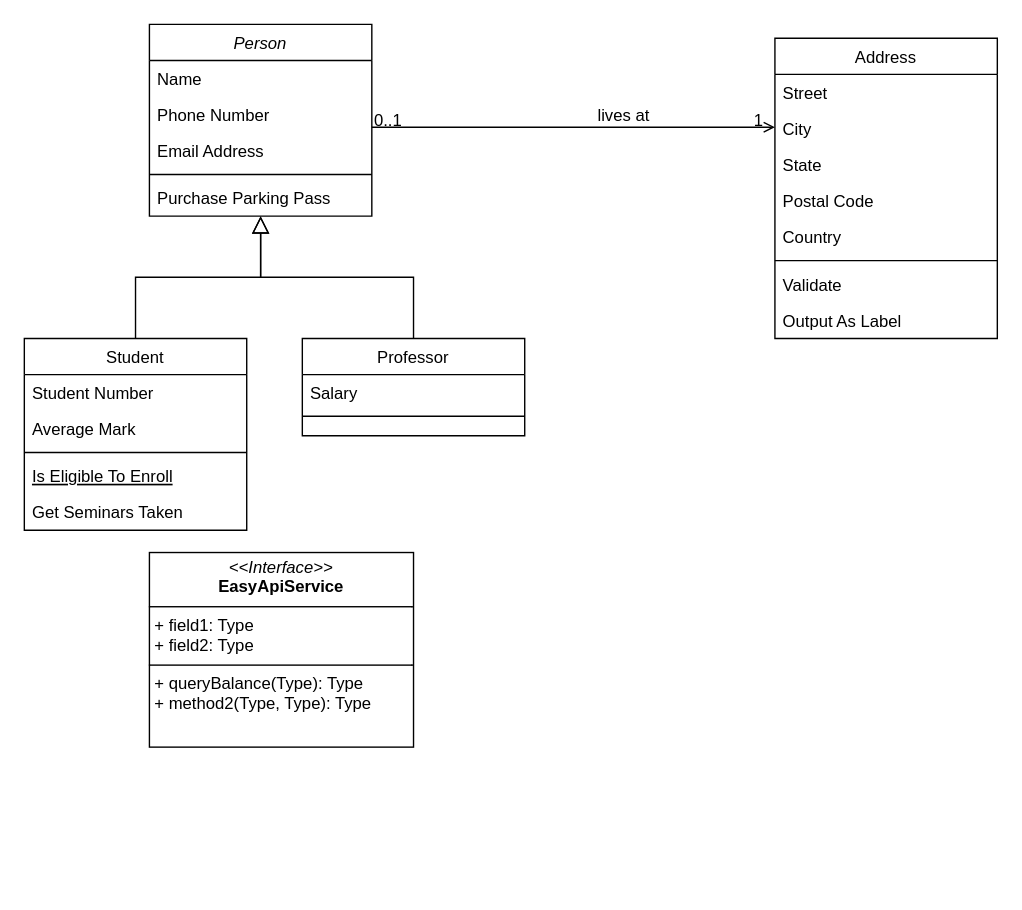
Above: UML/第三方接口设计.drawio in whjysh/easyok_design (draw.io), before the change. Source tidied: cells renumbered, new cells numbered last; positions are measured from the earlier drawing's top-left corner, leaving out a move shared by most shapes. Both pictures are drawn from the tidied source at 139%, with x=0, y=0 at pixel (24, 24).
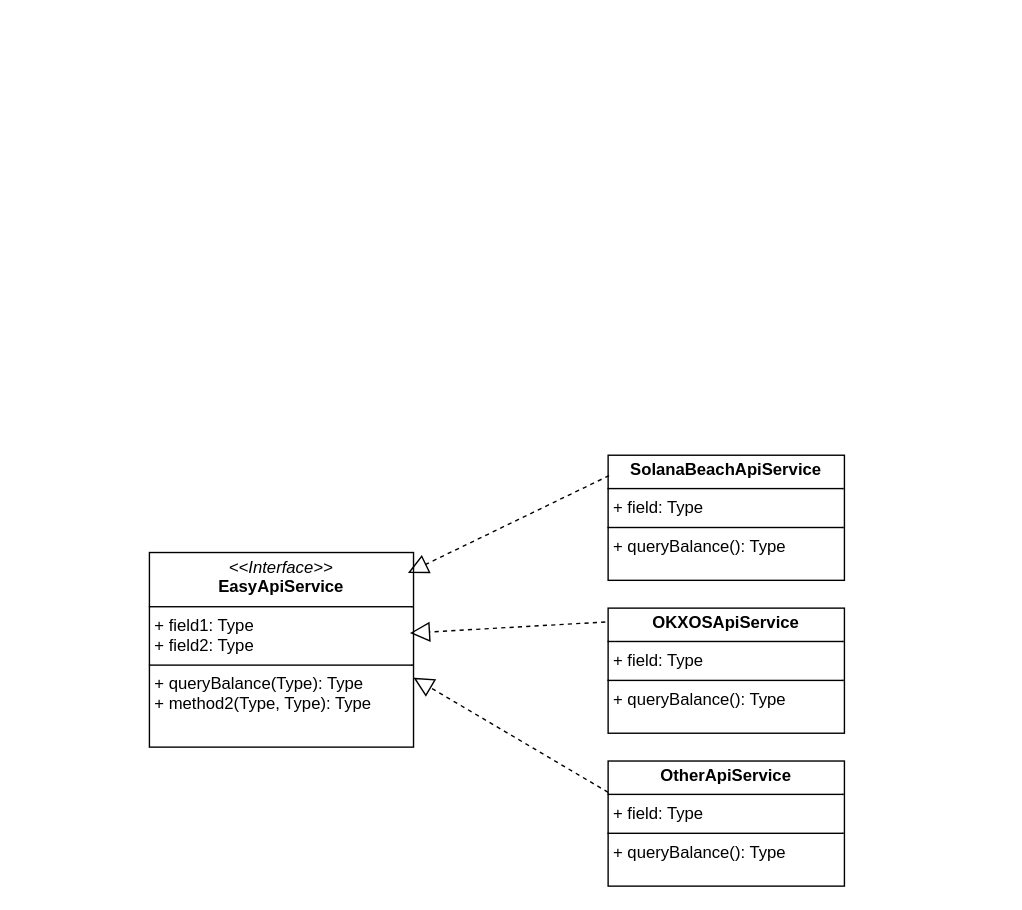
After the change.

Commit message (it also covers changes not shown here):
更新第三方接口设计.drawio

Unchanged cells that the change refers to:
```xml
<mxCell id="32" value="&lt;p style=&quot;margin:0px;margin-top:4px;text-align:center;&quot;&gt;&lt;i&gt;&amp;lt;&amp;lt;Interface&amp;gt;&amp;gt;&lt;/i&gt;&lt;br&gt;&lt;b&gt;EasyApiService&lt;/b&gt;&lt;/p&gt;&lt;hr size=&quot;1&quot; style=&quot;border-style:solid;&quot;&gt;&lt;p style=&quot;margin:0px;margin-left:4px;&quot;&gt;+ field1: Type&lt;br&gt;+ field2: Type&lt;/p&gt;&lt;hr size=&quot;1&quot; style=&quot;border-style:solid;&quot;&gt;&lt;p style=&quot;margin:0px;margin-left:4px;&quot;&gt;+ queryBalance(Type): Type&lt;br&gt;+ method2(Type, Type): Type&lt;/p&gt;" style="verticalAlign=top;align=left;overflow=fill;html=1;whiteSpace=wrap;" parent="1" vertex="1">
  <mxGeometry x="90" y="380" width="190" height="140" as="geometry" />
</mxCell>
```

Change to the diagram source:
```diff
@@
-    <mxCell id="2" value="Person" style="swimlane;fontStyle=2;align=center;verticalAlign=top;horizontal=1;startSize=26;rounded=0;shadow=0;strokeWidth=1;" parent="1" vertex="1">
-      <mxGeometry x="90" width="160" height="138" as="geometry" />
-    </mxCell>
-    <mxCell id="3" value="Name" style="text;align=left;verticalAlign=top;spacingLeft=4;spacingRight=4;overflow=hidden;" parent="2" vertex="1">
-      <mxGeometry y="26" width="160" height="26" as="geometry" />
-    </mxCell>
-    <mxCell id="4" value="Phone Number" style="text;align=left;verticalAlign=top;spacingLeft=4;spacingRight=4;overflow=hidden;rounded=0;shadow=0;html=0;" parent="2" vertex="1">
-      <mxGeometry y="52" width="160" height="26" as="geometry" />
-    </mxCell>
-    <mxCell id="5" value="Email Address" style="text;align=left;verticalAlign=top;spacingLeft=4;spacingRight=4;overflow=hidden;rounded=0;shadow=0;html=0;" parent="2" vertex="1">
-      <mxGeometry y="78" width="160" height="26" as="geometry" />
-    </mxCell>
-    <mxCell id="6" style="line;html=1;strokeWidth=1;align=left;verticalAlign=middle;spacingTop=-1;spacingLeft=3;spacingRight=3;labelPosition=right;" parent="2" vertex="1">
-      <mxGeometry y="104" width="160" height="8" as="geometry" />
-    </mxCell>
-    <mxCell id="7" value="Purchase Parking Pass" style="text;align=left;verticalAlign=top;spacingLeft=4;spacingRight=4;overflow=hidden;" parent="2" vertex="1">
-      <mxGeometry y="112" width="160" height="26" as="geometry" />
-    </mxCell>
-    <mxCell id="8" value="Student" style="swimlane;fontStyle=0;align=center;verticalAlign=top;horizontal=1;startSize=26;rounded=0;shadow=0;strokeWidth=1;" parent="1" vertex="1">
-      <mxGeometry y="226" width="160" height="138" as="geometry" />
-    </mxCell>
-    <mxCell id="9" value="Student Number" style="text;align=left;verticalAlign=top;spacingLeft=4;spacingRight=4;overflow=hidden;" parent="8" vertex="1">
-      <mxGeometry y="26" width="160" height="26" as="geometry" />
-    </mxCell>
-    <mxCell id="10" value="Average Mark" style="text;align=left;verticalAlign=top;spacingLeft=4;spacingRight=4;overflow=hidden;rounded=0;shadow=0;html=0;" parent="8" vertex="1">
-      <mxGeometry y="52" width="160" height="26" as="geometry" />
-    </mxCell>
-    <mxCell id="11" style="line;html=1;strokeWidth=1;align=left;verticalAlign=middle;spacingTop=-1;spacingLeft=3;spacingRight=3;labelPosition=right;" parent="8" vertex="1">
-      <mxGeometry y="78" width="160" height="8" as="geometry" />
-    </mxCell>
-    <mxCell id="12" value="Is Eligible To Enroll" style="text;align=left;verticalAlign=top;spacingLeft=4;spacingRight=4;overflow=hidden;fontStyle=4;" parent="8" vertex="1">
-      <mxGeometry y="86" width="160" height="26" as="geometry" />
-    </mxCell>
-    <mxCell id="13" value="Get Seminars Taken" style="text;align=left;verticalAlign=top;spacingLeft=4;spacingRight=4;overflow=hidden;" parent="8" vertex="1">
-      <mxGeometry y="112" width="160" height="26" as="geometry" />
-    </mxCell>
-    <mxCell id="14" style="endArrow=block;endSize=10;endFill=0;shadow=0;strokeWidth=1;rounded=0;curved=0;edgeStyle=elbowEdgeStyle;elbow=vertical;" parent="1" edge="1" source="8" target="2">
-      <mxGeometry relative="1" as="geometry" />
-    </mxCell>
-    <mxCell id="15" value="Professor" style="swimlane;fontStyle=0;align=center;verticalAlign=top;horizontal=1;startSize=26;rounded=0;shadow=0;strokeWidth=1;" parent="1" vertex="1">
-      <mxGeometry x="200" y="226" width="160" height="70" as="geometry" />
-    </mxCell>
-    <mxCell id="16" value="Salary" style="text;align=left;verticalAlign=top;spacingLeft=4;spacingRight=4;overflow=hidden;" parent="15" vertex="1">
-      <mxGeometry y="26" width="160" height="26" as="geometry" />
-    </mxCell>
-    <mxCell id="17" style="line;html=1;strokeWidth=1;align=left;verticalAlign=middle;spacingTop=-1;spacingLeft=3;spacingRight=3;labelPosition=right;" parent="15" vertex="1">
-      <mxGeometry y="52" width="160" height="8" as="geometry" />
-    </mxCell>
-    <mxCell id="18" style="endArrow=block;endSize=10;endFill=0;shadow=0;strokeWidth=1;rounded=0;curved=0;edgeStyle=elbowEdgeStyle;elbow=vertical;" parent="1" edge="1" source="15" target="2">
-      <mxGeometry relative="1" as="geometry" />
-    </mxCell>
-    <mxCell id="19" value="Address" style="swimlane;fontStyle=0;align=center;verticalAlign=top;horizontal=1;startSize=26;rounded=0;shadow=0;strokeWidth=1;" parent="1" vertex="1">
-      <mxGeometry x="540" y="10" width="160" height="216" as="geometry" />
-    </mxCell>
-    <mxCell id="20" value="Street" style="text;align=left;verticalAlign=top;spacingLeft=4;spacingRight=4;overflow=hidden;" parent="19" vertex="1">
-      <mxGeometry y="26" width="160" height="26" as="geometry" />
-    </mxCell>
-    <mxCell id="21" value="City" style="text;align=left;verticalAlign=top;spacingLeft=4;spacingRight=4;overflow=hidden;rounded=0;shadow=0;html=0;" parent="19" vertex="1">
-      <mxGeometry y="52" width="160" height="26" as="geometry" />
-    </mxCell>
-    <mxCell id="22" value="State" style="text;align=left;verticalAlign=top;spacingLeft=4;spacingRight=4;overflow=hidden;rounded=0;shadow=0;html=0;" parent="19" vertex="1">
-      <mxGeometry y="78" width="160" height="26" as="geometry" />
-    </mxCell>
-    <mxCell id="23" value="Postal Code" style="text;align=left;verticalAlign=top;spacingLeft=4;spacingRight=4;overflow=hidden;rounded=0;shadow=0;html=0;" parent="19" vertex="1">
-      <mxGeometry y="104" width="160" height="26" as="geometry" />
-    </mxCell>
-    <mxCell id="24" value="Country" style="text;align=left;verticalAlign=top;spacingLeft=4;spacingRight=4;overflow=hidden;rounded=0;shadow=0;html=0;" parent="19" vertex="1">
-      <mxGeometry y="130" width="160" height="26" as="geometry" />
-    </mxCell>
-    <mxCell id="25" style="line;html=1;strokeWidth=1;align=left;verticalAlign=middle;spacingTop=-1;spacingLeft=3;spacingRight=3;labelPosition=right;" parent="19" vertex="1">
-      <mxGeometry y="156" width="160" height="8" as="geometry" />
-    </mxCell>
-    <mxCell id="26" value="Validate" style="text;align=left;verticalAlign=top;spacingLeft=4;spacingRight=4;overflow=hidden;" parent="19" vertex="1">
-      <mxGeometry y="164" width="160" height="26" as="geometry" />
-    </mxCell>
-    <mxCell id="27" value="Output As Label" style="text;align=left;verticalAlign=top;spacingLeft=4;spacingRight=4;overflow=hidden;" parent="19" vertex="1">
-      <mxGeometry y="190" width="160" height="26" as="geometry" />
-    </mxCell>
-    <mxCell id="28" style="endArrow=open;shadow=0;strokeWidth=1;rounded=0;curved=0;endFill=1;edgeStyle=elbowEdgeStyle;elbow=vertical;" parent="1" edge="1" source="2" target="19">
-      <mxGeometry x="0.5" y="41" relative="1" as="geometry">
-        <mxPoint x="-40" y="32" as="offset" />
-      </mxGeometry>
-    </mxCell>
-    <mxCell id="29" value="0..1" style="align=left;verticalAlign=bottom;labelBackgroundColor=none;fontSize=12;" parent="28" vertex="1">
-      <mxGeometry x="-1" relative="1" as="geometry">
-        <mxPoint y="4" as="offset" />
-      </mxGeometry>
-    </mxCell>
-    <mxCell id="30" value="1" style="align=right;verticalAlign=bottom;labelBackgroundColor=none;fontSize=12;" parent="28" vertex="1">
-      <mxGeometry x="1" relative="1" as="geometry">
-        <mxPoint x="-7" y="4" as="offset" />
-      </mxGeometry>
-    </mxCell>
-    <mxCell id="31" value="lives at" style="text;html=1;align=center;verticalAlign=middle;labelBackgroundColor=none;rounded=0;shadow=0;strokeWidth=1;fontSize=12;" parent="28" vertex="1">
-      <mxGeometry x="0.5" y="49" relative="1" as="geometry">
-        <mxPoint x="-38" y="40" as="offset" />
-      </mxGeometry>
-    </mxCell>
@@
+    <mxCell id="33" value="&lt;p style=&quot;margin:0px;margin-top:4px;text-align:center;&quot;&gt;&lt;b&gt;SolanaBeachApiService&lt;/b&gt;&lt;/p&gt;&lt;hr size=&quot;1&quot; style=&quot;border-style:solid;&quot;&gt;&lt;p style=&quot;margin:0px;margin-left:4px;&quot;&gt;+ field: Type&lt;/p&gt;&lt;hr size=&quot;1&quot; style=&quot;border-style:solid;&quot;&gt;&lt;p style=&quot;margin:0px;margin-left:4px;&quot;&gt;+ queryBalance(): Type&lt;/p&gt;" style="verticalAlign=top;align=left;overflow=fill;html=1;whiteSpace=wrap;" parent="1" vertex="1">
+      <mxGeometry x="420" y="310" width="170" height="90" as="geometry" />
+    </mxCell>
+    <mxCell id="34" value="&lt;p style=&quot;margin:0px;margin-top:4px;text-align:center;&quot;&gt;&lt;b&gt;OKXOSApiService&lt;/b&gt;&lt;/p&gt;&lt;hr size=&quot;1&quot; style=&quot;border-style:solid;&quot;&gt;&lt;p style=&quot;margin:0px;margin-left:4px;&quot;&gt;+ field: Type&lt;/p&gt;&lt;hr size=&quot;1&quot; style=&quot;border-style:solid;&quot;&gt;&lt;p style=&quot;margin:0px;margin-left:4px;&quot;&gt;+ queryBalance(): Type&lt;/p&gt;" style="verticalAlign=top;align=left;overflow=fill;html=1;whiteSpace=wrap;" parent="1" vertex="1">
+      <mxGeometry x="420" y="420" width="170" height="90" as="geometry" />
+    </mxCell>
+    <mxCell id="35" value="&lt;p style=&quot;margin:0px;margin-top:4px;text-align:center;&quot;&gt;&lt;b&gt;OtherApiService&lt;/b&gt;&lt;/p&gt;&lt;hr size=&quot;1&quot; style=&quot;border-style:solid;&quot;&gt;&lt;p style=&quot;margin:0px;margin-left:4px;&quot;&gt;+ field: Type&lt;/p&gt;&lt;hr size=&quot;1&quot; style=&quot;border-style:solid;&quot;&gt;&lt;p style=&quot;margin:0px;margin-left:4px;&quot;&gt;+ queryBalance(): Type&lt;/p&gt;" style="verticalAlign=top;align=left;overflow=fill;html=1;whiteSpace=wrap;" parent="1" vertex="1">
+      <mxGeometry x="420" y="530" width="170" height="90" as="geometry" />
+    </mxCell>
+    <mxCell id="36" style="endArrow=block;dashed=1;endFill=0;endSize=12;html=1;rounded=0;entryX=0.979;entryY=0.105;entryDx=0;entryDy=0;entryPerimeter=0;exitX=0.004;exitY=0.163;exitDx=0;exitDy=0;exitPerimeter=0;" parent="1" edge="1" source="33" target="32">
+      <mxGeometry relative="1" as="geometry" />
+    </mxCell>
+    <mxCell id="37" style="endArrow=block;dashed=1;endFill=0;endSize=12;html=1;rounded=0;entryX=0.986;entryY=0.414;entryDx=0;entryDy=0;exitX=-0.012;exitY=0.111;exitDx=0;exitDy=0;exitPerimeter=0;entryPerimeter=0;" parent="1" edge="1" source="34" target="32">
+      <mxGeometry relative="1" as="geometry" />
+    </mxCell>
+    <mxCell id="38" style="endArrow=block;dashed=1;endFill=0;endSize=12;html=1;rounded=0;exitX=0;exitY=0.25;exitDx=0;exitDy=0;entryX=1;entryY=0.643;entryDx=0;entryDy=0;entryPerimeter=0;" parent="1" edge="1" source="35" target="32">
+      <mxGeometry relative="1" as="geometry" />
+    </mxCell>
```
